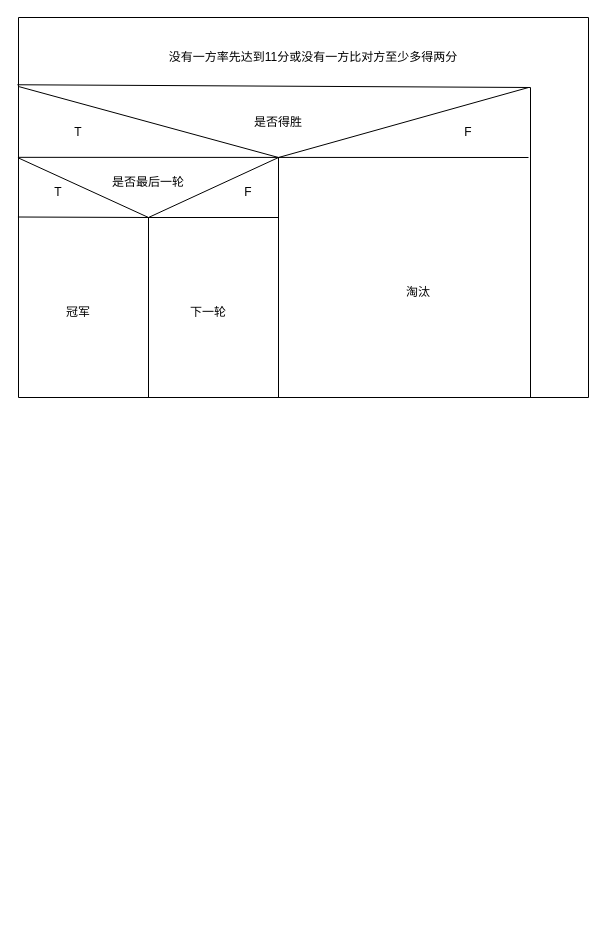
huapigudemilu/engineeringsoftware keeps this draw.io diagram as 控制流图（翻译第四课）.drawio. Above is the earlier version. Source tidied: cells renumbered, new cells numbered last; positions are measured from the earlier drawing's top-left corner, leaving out a move shared by most shapes. Both pictures are drawn from the tidied source at 100%, with x=0, y=0 at pixel (18, 17).
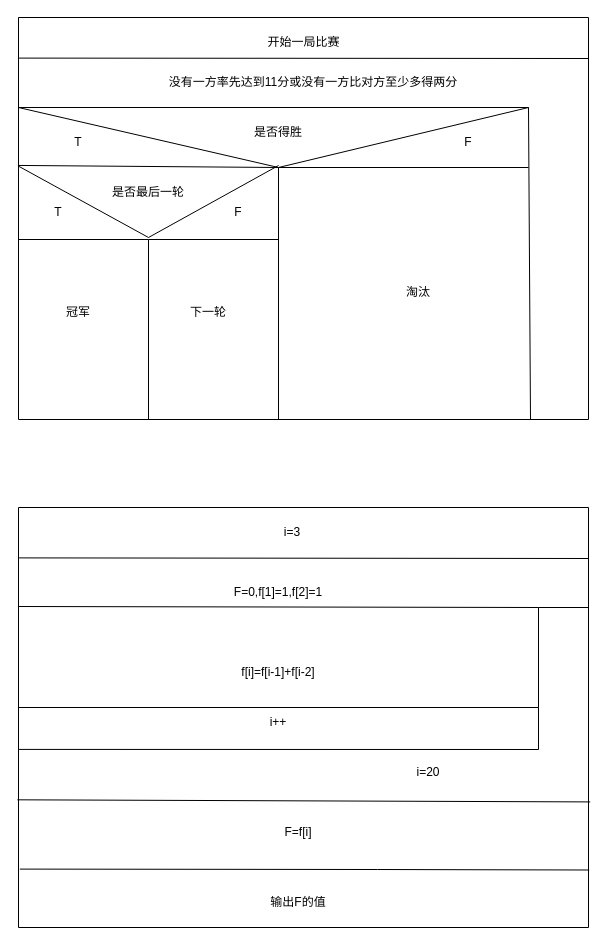
Above is the later version.

Commit message (it also covers changes not shown here):
更新控制流图（翻译第四课）.drawio

Change to the diagram source:
```diff
@@
     <mxCell id="2" style="swimlane;startSize=0;" parent="1" vertex="1">
-      <mxGeometry width="570" height="380" as="geometry" />
+      <mxGeometry width="570" height="402" as="geometry" />
     </mxCell>
     <mxCell id="3" value="没有一方率先达到11分或没有一方比对方至少多得两分" style="text;html=1;strokeColor=none;fillColor=none;align=center;verticalAlign=middle;whiteSpace=wrap;rounded=0;" parent="2" vertex="1">
-      <mxGeometry x="90" y="25" width="410" height="30" as="geometry" />
+      <mxGeometry x="90" y="50" width="410" height="30" as="geometry" />
     </mxCell>
-    <mxCell id="4" style="endArrow=none;html=1;rounded=0;exitX=0.001;exitY=0.182;exitDx=0;exitDy=0;exitPerimeter=0;" parent="2" edge="1" source="2">
+    <mxCell id="4" style="endArrow=none;html=1;rounded=0;" parent="2" edge="1">
       <mxGeometry relative="1" as="geometry">
-        <mxPoint x="510" y="70" as="targetPoint" />
+        <mxPoint y="90" as="sourcePoint" />
+        <mxPoint x="510" y="90" as="targetPoint" />
         <Array as="points">
-          <mxPoint x="260" y="140" />
+          <mxPoint x="260" y="150" />
         </Array>
       </mxGeometry>
     </mxCell>
     <mxCell id="5" value="是否得胜" style="text;html=1;strokeColor=none;fillColor=none;align=center;verticalAlign=middle;whiteSpace=wrap;rounded=0;" parent="2" vertex="1">
-      <mxGeometry x="230" y="90" width="60" height="30" as="geometry" />
+      <mxGeometry x="230" y="100" width="60" height="30" as="geometry" />
     </mxCell>
     <mxCell id="6" style="endArrow=none;html=1;rounded=0;exitX=0;exitY=0.368;exitDx=0;exitDy=0;exitPerimeter=0;" parent="2" edge="1" source="2">
       <mxGeometry relative="1" as="geometry">
-        <mxPoint x="510" y="140" as="targetPoint" />
+        <mxPoint x="510" y="150" as="targetPoint" />
+        <Array as="points">
+          <mxPoint x="260" y="150" />
+        </Array>
       </mxGeometry>
     </mxCell>
     <mxCell id="7" value="T" style="text;html=1;strokeColor=none;fillColor=none;align=center;verticalAlign=middle;whiteSpace=wrap;rounded=0;" parent="2" vertex="1">
-      <mxGeometry x="30" y="100" width="60" height="30" as="geometry" />
+      <mxGeometry x="30" y="110" width="60" height="30" as="geometry" />
     </mxCell>
     <mxCell id="8" value="F" style="text;html=1;strokeColor=none;fillColor=none;align=center;verticalAlign=middle;whiteSpace=wrap;rounded=0;" parent="2" vertex="1">
-      <mxGeometry x="420" y="100" width="60" height="30" as="geometry" />
+      <mxGeometry x="420" y="110" width="60" height="30" as="geometry" />
     </mxCell>
@@
     <mxCell id="10" style="endArrow=none;html=1;rounded=0;exitX=-0.001;exitY=0.369;exitDx=0;exitDy=0;exitPerimeter=0;" parent="2" edge="1" source="2">
       <mxGeometry relative="1" as="geometry">
-        <mxPoint x="260" y="140" as="targetPoint" />
+        <mxPoint x="260" y="148" as="targetPoint" />
         <Array as="points">
-          <mxPoint x="130" y="200" />
+          <mxPoint x="130" y="220" />
         </Array>
       </mxGeometry>
     </mxCell>
     <mxCell id="11" value="是否最后一轮" style="text;html=1;strokeColor=none;fillColor=none;align=center;verticalAlign=middle;whiteSpace=wrap;rounded=0;" parent="2" vertex="1">
-      <mxGeometry x="80" y="150" width="100" height="30" as="geometry" />
+      <mxGeometry x="80" y="160" width="100" height="30" as="geometry" />
     </mxCell>
     <mxCell id="12" value="T" style="text;html=1;strokeColor=none;fillColor=none;align=center;verticalAlign=middle;whiteSpace=wrap;rounded=0;" parent="2" vertex="1">
-      <mxGeometry x="10" y="160" width="60" height="30" as="geometry" />
+      <mxGeometry x="10" y="180" width="60" height="30" as="geometry" />
     </mxCell>
     <mxCell id="13" value="F" style="text;html=1;strokeColor=none;fillColor=none;align=center;verticalAlign=middle;whiteSpace=wrap;rounded=0;" parent="2" vertex="1">
-      <mxGeometry x="200" y="160" width="60" height="30" as="geometry" />
+      <mxGeometry x="190" y="180" width="60" height="30" as="geometry" />
     </mxCell>
@@
+    <mxCell id="20" style="edgeStyle=orthogonalEdgeStyle;rounded=0;orthogonalLoop=1;jettySize=auto;html=1;exitX=0.5;exitY=1;exitDx=0;exitDy=0;" parent="2" edge="1" source="8" target="8">
+      <mxGeometry relative="1" as="geometry" />
+    </mxCell>
+    <mxCell id="21" value="开始一局比赛" style="text;html=1;strokeColor=none;fillColor=none;align=center;verticalAlign=middle;whiteSpace=wrap;rounded=0;" parent="2" vertex="1">
+      <mxGeometry x="237.5" y="10" width="95" height="30" as="geometry" />
+    </mxCell>
-    <mxCell id="16" style="endArrow=none;html=1;rounded=0;exitX=-0.002;exitY=0.177;exitDx=0;exitDy=0;exitPerimeter=0;" parent="1" edge="1" source="2">
+    <mxCell id="16" style="endArrow=none;html=1;rounded=0;" parent="1" edge="1">
       <mxGeometry relative="1" as="geometry">
-        <mxPoint x="512" y="380" as="targetPoint" />
+        <mxPoint y="90" as="sourcePoint" />
+        <mxPoint x="512" y="402" as="targetPoint" />
         <Array as="points">
-          <mxPoint x="512" y="70" />
+          <mxPoint x="510" y="90" />
         </Array>
       </mxGeometry>
     </mxCell>
     <mxCell id="17" style="endArrow=none;html=1;rounded=0;" parent="1" edge="1">
       <mxGeometry relative="1" as="geometry">
-        <mxPoint x="260" y="380" as="sourcePoint" />
-        <mxPoint x="260" y="140" as="targetPoint" />
+        <mxPoint x="260" y="402" as="sourcePoint" />
+        <mxPoint x="260" y="150" as="targetPoint" />
       </mxGeometry>
     </mxCell>
-    <mxCell id="18" style="endArrow=none;html=1;rounded=0;exitX=-0.001;exitY=0.525;exitDx=0;exitDy=0;exitPerimeter=0;" parent="1" edge="1" source="2">
+    <mxCell id="18" style="endArrow=none;html=1;rounded=0;" parent="1" edge="1">
       <mxGeometry relative="1" as="geometry">
-        <mxPoint x="260" y="200" as="targetPoint" />
+        <mxPoint y="222" as="sourcePoint" />
+        <mxPoint x="260" y="222" as="targetPoint" />
         <Array as="points">
-          <mxPoint x="130" y="200" />
+          <mxPoint x="130" y="222" />
         </Array>
       </mxGeometry>
     </mxCell>
     <mxCell id="19" style="endArrow=none;html=1;rounded=0;" parent="1" edge="1">
       <mxGeometry relative="1" as="geometry">
-        <mxPoint x="130" y="200" as="sourcePoint" />
-        <mxPoint x="130" y="380" as="targetPoint" />
+        <mxPoint x="130" y="222" as="sourcePoint" />
+        <mxPoint x="130" y="402" as="targetPoint" />
       </mxGeometry>
     </mxCell>
+    <mxCell id="22" style="swimlane;startSize=0;" parent="1" vertex="1">
+      <mxGeometry y="490" width="570" height="420" as="geometry" />
+    </mxCell>
+    <mxCell id="23" value="i=20" style="text;html=1;strokeColor=none;fillColor=none;align=center;verticalAlign=middle;whiteSpace=wrap;rounded=0;" parent="22" vertex="1">
+      <mxGeometry x="380" y="250" width="60" height="30" as="geometry" />
+    </mxCell>
+    <mxCell id="24" value="i=3" style="text;html=1;strokeColor=none;fillColor=none;align=center;verticalAlign=middle;whiteSpace=wrap;rounded=0;" parent="22" vertex="1">
+      <mxGeometry x="244" y="10" width="60" height="30" as="geometry" />
+    </mxCell>
+    <mxCell id="25" value="输出F的值" style="text;html=1;strokeColor=none;fillColor=none;align=center;verticalAlign=middle;whiteSpace=wrap;rounded=0;" parent="22" vertex="1">
+      <mxGeometry x="250" y="380" width="60" height="30" as="geometry" />
+    </mxCell>
+    <mxCell id="26" style="endArrow=none;html=1;rounded=0;" parent="22" edge="1">
+      <mxGeometry relative="1" as="geometry">
+        <mxPoint y="200" as="sourcePoint" />
+        <mxPoint x="520" y="200" as="targetPoint" />
+      </mxGeometry>
+    </mxCell>
+    <mxCell id="27" value="i++" style="text;html=1;strokeColor=none;fillColor=none;align=center;verticalAlign=middle;whiteSpace=wrap;rounded=0;" parent="22" vertex="1">
+      <mxGeometry x="230" y="200" width="60" height="30" as="geometry" />
+    </mxCell>
+    <mxCell id="28" value="F=0,f[1]=1,f[2]=1" style="text;html=1;strokeColor=none;fillColor=none;align=center;verticalAlign=middle;whiteSpace=wrap;rounded=0;" parent="22" vertex="1">
+      <mxGeometry x="230" y="70" width="60" height="30" as="geometry" />
+    </mxCell>
+    <mxCell id="29" value="f[i]=f[i-1]+f[i-2]" style="text;html=1;strokeColor=none;fillColor=none;align=center;verticalAlign=middle;whiteSpace=wrap;rounded=0;" parent="22" vertex="1">
+      <mxGeometry x="180" y="150" width="160" height="30" as="geometry" />
+    </mxCell>
+    <mxCell id="30" value="F=f[i]" style="text;html=1;strokeColor=none;fillColor=none;align=center;verticalAlign=middle;whiteSpace=wrap;rounded=0;" parent="22" vertex="1">
+      <mxGeometry x="250" y="310" width="60" height="30" as="geometry" />
+    </mxCell>
+    <mxCell id="31" style="endArrow=none;html=1;rounded=0;exitX=0.001;exitY=0.576;exitDx=0;exitDy=0;exitPerimeter=0;" parent="1" edge="1" source="22">
+      <mxGeometry relative="1" as="geometry">
+        <mxPoint x="520" y="590" as="targetPoint" />
+        <Array as="points">
+          <mxPoint x="520" y="732" />
+          <mxPoint x="520" y="690" />
+        </Array>
+      </mxGeometry>
+    </mxCell>
+    <mxCell id="32" style="endArrow=none;html=1;rounded=0;exitX=0.001;exitY=0.101;exitDx=0;exitDy=0;exitPerimeter=0;" parent="1" edge="1" source="2">
+      <mxGeometry relative="1" as="geometry">
+        <mxPoint x="570" y="41" as="targetPoint" />
+      </mxGeometry>
+    </mxCell>
+    <mxCell id="33" style="endArrow=none;html=1;rounded=0;exitX=0.001;exitY=0.12;exitDx=0;exitDy=0;exitPerimeter=0;" parent="1" edge="1" source="22">
+      <mxGeometry relative="1" as="geometry">
+        <mxPoint x="570" y="541" as="targetPoint" />
+      </mxGeometry>
+    </mxCell>
+    <mxCell id="34" style="endArrow=none;html=1;rounded=0;exitX=0.004;exitY=0.861;exitDx=0;exitDy=0;exitPerimeter=0;entryX=1.003;entryY=0.863;entryDx=0;entryDy=0;entryPerimeter=0;" parent="1" edge="1">
+      <mxGeometry relative="1" as="geometry">
+        <mxPoint x="1.3" y="851.6" as="sourcePoint" />
+        <mxPoint x="570.7" y="852.5" as="targetPoint" />
+        <Array as="points">
+          <mxPoint x="359" y="852" />
+        </Array>
+      </mxGeometry>
+    </mxCell>
+    <mxCell id="35" style="endArrow=none;html=1;rounded=0;" parent="1" edge="1">
+      <mxGeometry relative="1" as="geometry">
+        <mxPoint y="589" as="sourcePoint" />
+        <mxPoint x="570" y="590" as="targetPoint" />
+        <Array as="points">
+          <mxPoint x="520" y="590" />
+        </Array>
+      </mxGeometry>
+    </mxCell>
+    <mxCell id="36" style="endArrow=none;html=1;rounded=0;exitX=-0.002;exitY=0.696;exitDx=0;exitDy=0;exitPerimeter=0;entryX=1.003;entryY=0.701;entryDx=0;entryDy=0;entryPerimeter=0;" parent="1" edge="1" source="22" target="22">
+      <mxGeometry relative="1" as="geometry" />
+    </mxCell>
```
